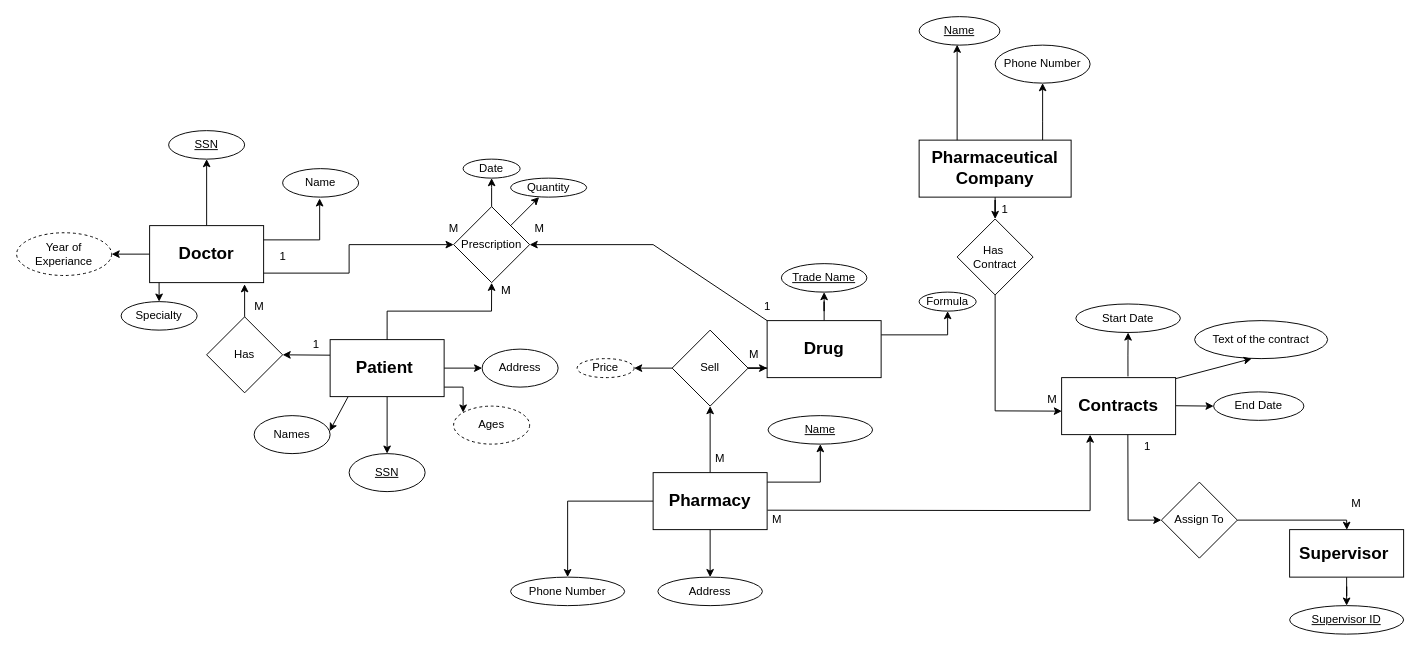
Dilka98/ER-Diagram keeps this draw.io diagram as The Prescriptions-R-X chain of pharmacies.drawio. Above is the earlier version. Source tidied: cells renumbered, new cells numbered last; positions are measured from the earlier drawing's top-left corner, leaving out a move shared by most shapes. Both pictures are drawn from the tidied source at 95%, with x=0, y=0 at pixel (16, 16).
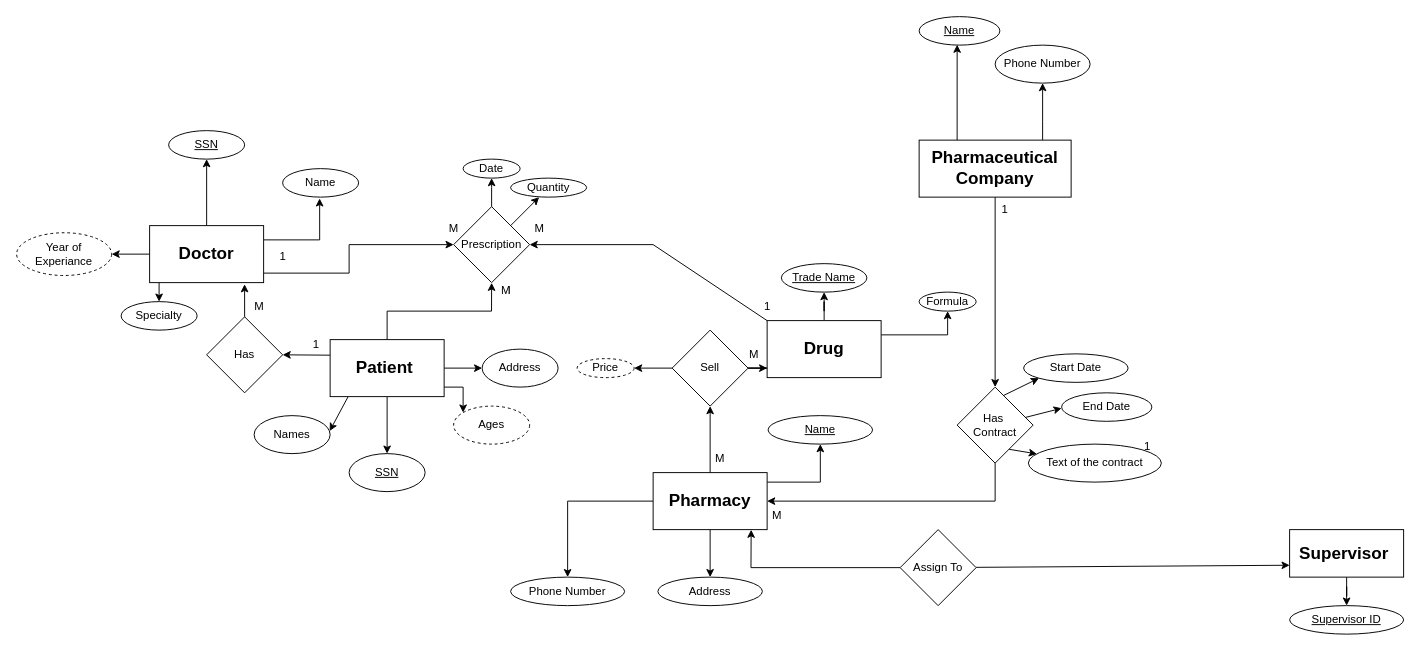
Above is the later version.

Unchanged cells that the change refers to:
```xml
<mxCell id="32" value="&lt;h2&gt;Pharmacy&lt;/h2&gt;" style="rounded=0;whiteSpace=wrap;html=1;" parent="1" vertex="1">
  <mxGeometry x="670" y="480" width="120" height="60" as="geometry" />
</mxCell>
<mxCell id="71" value="&lt;h2&gt;Supervisor&amp;nbsp;&lt;/h2&gt;" style="whiteSpace=wrap;html=1;" parent="1" vertex="1">
  <mxGeometry x="1340" y="540" width="120" height="50" as="geometry" />
</mxCell>
```

Diff of the diagram source:
```diff
@@
-    <mxCell id="63" style="edgeStyle=orthogonalEdgeStyle;rounded=0;jettySize=auto;html=1;exitX=0.582;exitY=-0.021;exitDx=0;exitDy=0;exitPerimeter=0;" parent="1" edge="1" source="74" target="66">
-      <mxGeometry relative="1" as="geometry" />
-    </mxCell>
-    <mxCell id="64" style="edgeStyle=none;jettySize=auto;html=1;rounded=0;entryX=0.585;entryY=1.01;entryDx=0;entryDy=0;entryPerimeter=0;exitX=1.003;exitY=0.659;exitDx=0;exitDy=0;exitPerimeter=0;" parent="1" edge="1" source="32">
-      <mxGeometry relative="1" as="geometry">
-        <mxPoint x="1130" y="440" as="targetPoint" />
-        <Array as="points">
-          <mxPoint x="1130" y="520" />
-        </Array>
-      </mxGeometry>
-    </mxCell>
-    <mxCell id="65" value="M" style="text;html=1;align=center;verticalAlign=middle;strokeColor=none;fillColor=none;" parent="1" vertex="1">
-      <mxGeometry x="785" y="515" width="30" height="30" as="geometry" />
-    </mxCell>
     <mxCell id="66" value="Start Date" style="ellipse;whiteSpace=wrap;html=1;" parent="1" vertex="1">
-      <mxGeometry x="1115" y="302.5" width="110" height="30" as="geometry" />
+      <mxGeometry x="1060" y="355" width="110" height="30" as="geometry" />
     </mxCell>
     <mxCell id="67" value="End Date" style="ellipse;whiteSpace=wrap;html=1;" parent="1" vertex="1">
-      <mxGeometry x="1260" y="395" width="95" height="30" as="geometry" />
+      <mxGeometry x="1100" y="396" width="95" height="30" as="geometry" />
     </mxCell>
     <mxCell id="68" value="Text of the contract" style="ellipse;whiteSpace=wrap;html=1;" parent="1" vertex="1">
-      <mxGeometry x="1240" y="320" width="140" height="40" as="geometry" />
+      <mxGeometry x="1065" y="450" width="140" height="40" as="geometry" />
     </mxCell>
-    <mxCell id="69" style="edgeStyle=none;jettySize=auto;html=1;rounded=0;exitX=1.002;exitY=0.017;exitDx=0;exitDy=0;exitPerimeter=0;entryX=0.429;entryY=1;entryDx=0;entryDy=0;entryPerimeter=0;" parent="1" edge="1" source="74" target="68">
-      <mxGeometry relative="1" as="geometry" />
-    </mxCell>
@@
-    <mxCell id="73" style="edgeStyle=none;jettySize=auto;html=1;rounded=0;entryX=0;entryY=0.5;entryDx=0;entryDy=0;exitX=1.002;exitY=0.493;exitDx=0;exitDy=0;exitPerimeter=0;" parent="1" edge="1" source="74" target="67">
-      <mxGeometry relative="1" as="geometry" />
-    </mxCell>
-    <mxCell id="74" value="&lt;h2&gt;Contracts&lt;/h2&gt;" style="whiteSpace=wrap;html=1;" parent="1" vertex="1">
-      <mxGeometry x="1100" y="380" width="120" height="60" as="geometry" />
-    </mxCell>
     <mxCell id="75" value="Has&amp;nbsp;&lt;div&gt;Contract&lt;/div&gt;" style="rhombus;whiteSpace=wrap;html=1;" parent="1" vertex="1">
-      <mxGeometry x="990" y="213" width="80" height="80" as="geometry" />
+      <mxGeometry x="990" y="390" width="80" height="80" as="geometry" />
     </mxCell>
-    <mxCell id="76" style="edgeStyle=none;jettySize=auto;html=1;rounded=0;exitX=0.5;exitY=1;exitDx=0;exitDy=0;entryX=0.002;entryY=0.588;entryDx=0;entryDy=0;entryPerimeter=0;" parent="1" edge="1" source="75" target="74">
-      <mxGeometry relative="1" as="geometry">
-        <Array as="points">
-          <mxPoint x="1030" y="415" />
-        </Array>
-      </mxGeometry>
-    </mxCell>
@@
-    <mxCell id="78" value="M" style="text;html=1;align=center;verticalAlign=middle;strokeColor=none;fillColor=none;" parent="1" vertex="1">
-      <mxGeometry x="1075" y="388" width="30" height="30" as="geometry" />
-    </mxCell>
     <mxCell id="79" value="Assign To" style="rhombus;whiteSpace=wrap;html=1;" parent="1" vertex="1">
-      <mxGeometry x="1205" y="490" width="80" height="80" as="geometry" />
+      <mxGeometry x="930" y="540" width="80" height="80" as="geometry" />
     </mxCell>
-    <mxCell id="80" style="edgeStyle=none;jettySize=auto;html=1;rounded=0;exitX=0.581;exitY=1.002;exitDx=0;exitDy=0;exitPerimeter=0;entryX=0;entryY=0.5;entryDx=0;entryDy=0;" parent="1" edge="1" source="74" target="79">
-      <mxGeometry relative="1" as="geometry">
-        <Array as="points">
-          <mxPoint x="1170" y="530" />
-        </Array>
-      </mxGeometry>
-    </mxCell>
-    <mxCell id="81" style="edgeStyle=none;jettySize=auto;html=1;rounded=0;entryX=0.502;entryY=0.004;entryDx=0;entryDy=0;entryPerimeter=0;" parent="1" edge="1" target="71">
-      <mxGeometry relative="1" as="geometry">
-        <mxPoint x="1285" y="530" as="sourcePoint" />
-        <Array as="points">
-          <mxPoint x="1400" y="530" />
-        </Array>
-      </mxGeometry>
-    </mxCell>
@@
-    <mxCell id="83" value="M" style="text;html=1;align=center;verticalAlign=middle;strokeColor=none;fillColor=none;" parent="1" vertex="1">
-      <mxGeometry x="1395" y="498" width="30" height="30" as="geometry" />
-    </mxCell>
+    <mxCell id="84" value="M" style="text;html=1;align=center;verticalAlign=middle;strokeColor=none;fillColor=none;" parent="1" vertex="1">
+      <mxGeometry x="785" y="510" width="30" height="30" as="geometry" />
+    </mxCell>
+    <mxCell id="85" style="edgeStyle=none;jettySize=auto;html=1;rounded=0;exitX=0.5;exitY=1;exitDx=0;exitDy=0;" parent="1" edge="1" source="75" target="32">
+      <mxGeometry relative="1" as="geometry">
+        <Array as="points">
+          <mxPoint x="1030" y="510" />
+        </Array>
+      </mxGeometry>
+    </mxCell>
+    <mxCell id="86" style="edgeStyle=none;jettySize=auto;html=1;rounded=0;exitX=0.684;exitY=0.818;exitDx=0;exitDy=0;exitPerimeter=0;entryX=0.064;entryY=0.258;entryDx=0;entryDy=0;entryPerimeter=0;" parent="1" edge="1" source="75" target="68">
+      <mxGeometry relative="1" as="geometry" />
+    </mxCell>
+    <mxCell id="87" style="edgeStyle=none;jettySize=auto;html=1;rounded=0;exitX=0.609;exitY=0.111;exitDx=0;exitDy=0;exitPerimeter=0;entryX=0;entryY=1;entryDx=0;entryDy=0;" parent="1" edge="1" source="75" target="66">
+      <mxGeometry relative="1" as="geometry" />
+    </mxCell>
+    <mxCell id="88" style="edgeStyle=none;jettySize=auto;html=1;rounded=0;entryX=0;entryY=0.541;entryDx=0;entryDy=0;entryPerimeter=0;" parent="1" edge="1" source="75" target="67">
+      <mxGeometry relative="1" as="geometry" />
+    </mxCell>
+    <mxCell id="89" style="edgeStyle=none;jettySize=auto;html=1;rounded=0;entryX=0;entryY=0.75;entryDx=0;entryDy=0;" parent="1" edge="1" target="71">
+      <mxGeometry relative="1" as="geometry">
+        <mxPoint x="1010" y="579.7" as="sourcePoint" />
+      </mxGeometry>
+    </mxCell>
+    <mxCell id="90" style="edgeStyle=none;jettySize=auto;html=1;rounded=0;exitX=0;exitY=0.5;exitDx=0;exitDy=0;entryX=0.86;entryY=1.002;entryDx=0;entryDy=0;entryPerimeter=0;" parent="1" edge="1" source="79" target="32">
+      <mxGeometry relative="1" as="geometry">
+        <Array as="points">
+          <mxPoint x="773" y="580" />
+        </Array>
+      </mxGeometry>
+    </mxCell>
```
